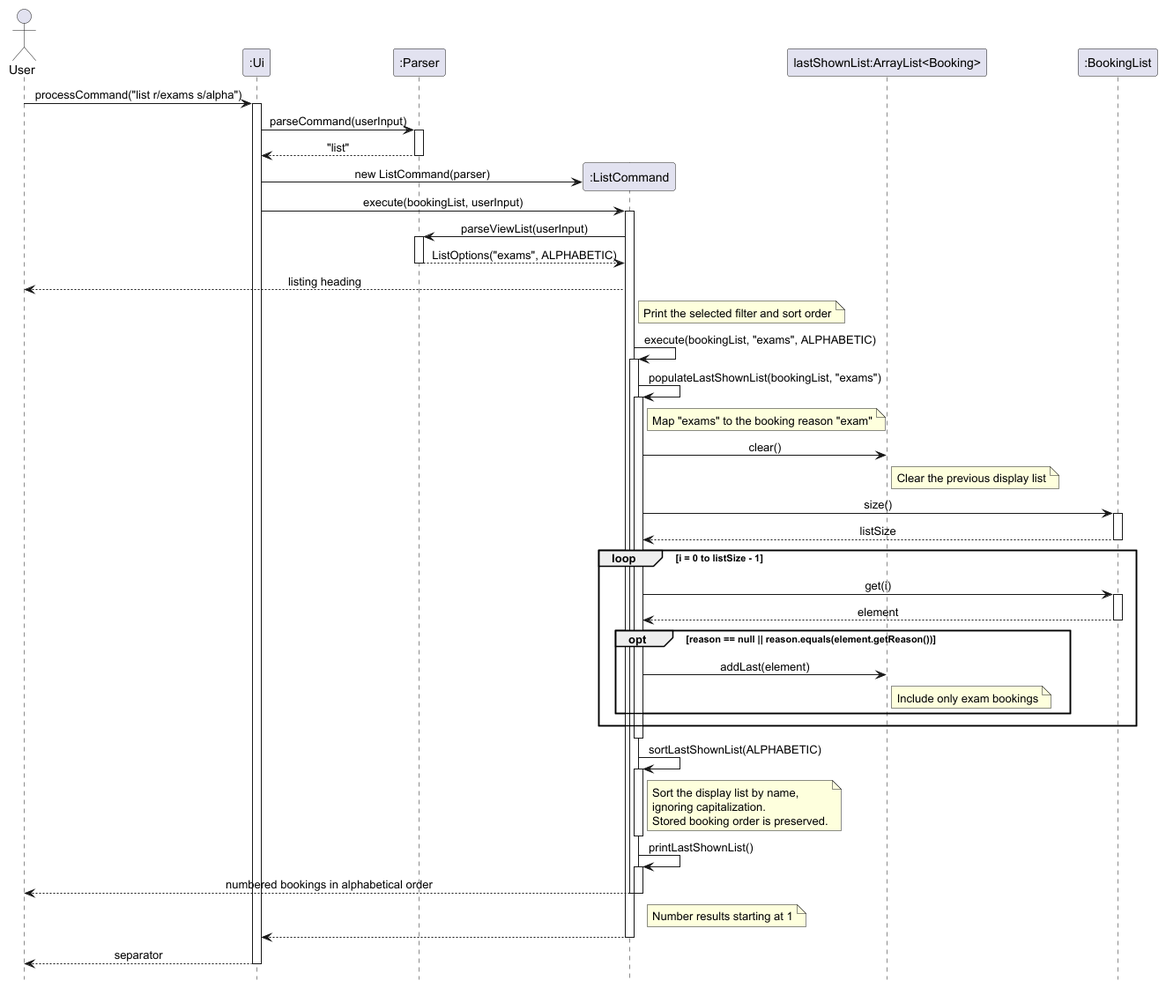
Before: docs/UMLDiagrams/ListCommandSequenceDiagram.png, a diagram exported from PlantUML (AY2627S1-CS2113-W14-2/tp).
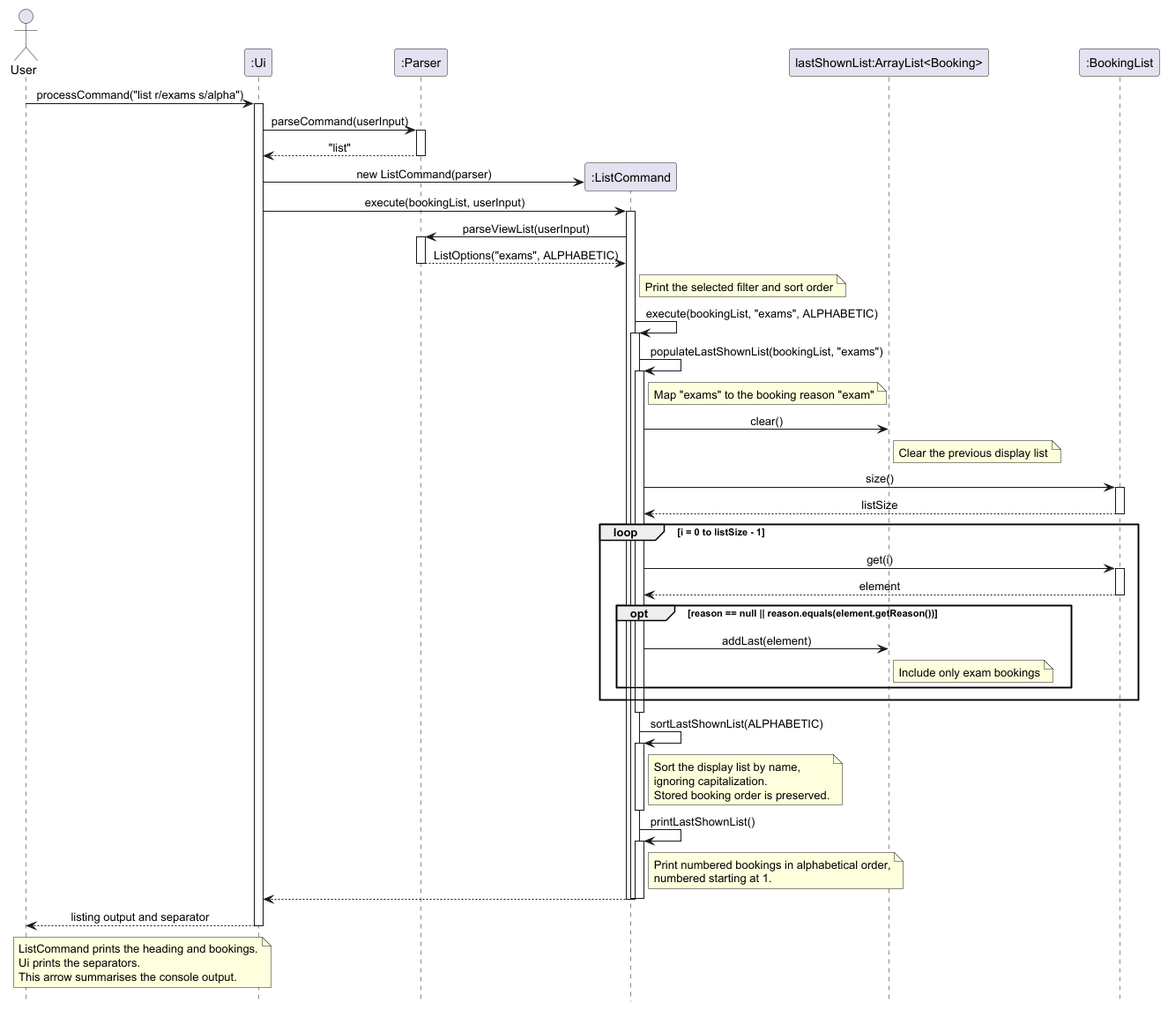
Above is the later version.

Commit message:
Updated DG diagrams for free and list commands, updated PPP

The edit, as a diff of the source:
```diff
@@ -28,7 +28,6 @@
 Parser --> List: ListOptions("exams", ALPHABETIC)
 deactivate Parser
 
-List --> User: listing heading
 note right of List: Print the selected filter and sort order
 
 List -> List: execute(bookingList, "exams", ALPHABETIC)
@@ -75,17 +74,24 @@
 List -> List: printLastShownList()
 activate List
 
-List --> User: numbered bookings in alphabetical order
-note right of List: Number results starting at 1
+note right of List
+Print numbered bookings in alphabetical order,
+numbered starting at 1.
+end note
 
 deactivate List
-
 deactivate List
 
 List --> UI
 deactivate List
 
-UI --> User: separator
+UI --> User: listing output and separator
+
+note over User, UI
+ListCommand prints the heading and bookings.
+Ui prints the separators.
+This arrow summarises the console output.
+end note
+
 deactivate UI
-
 @enduml
```
